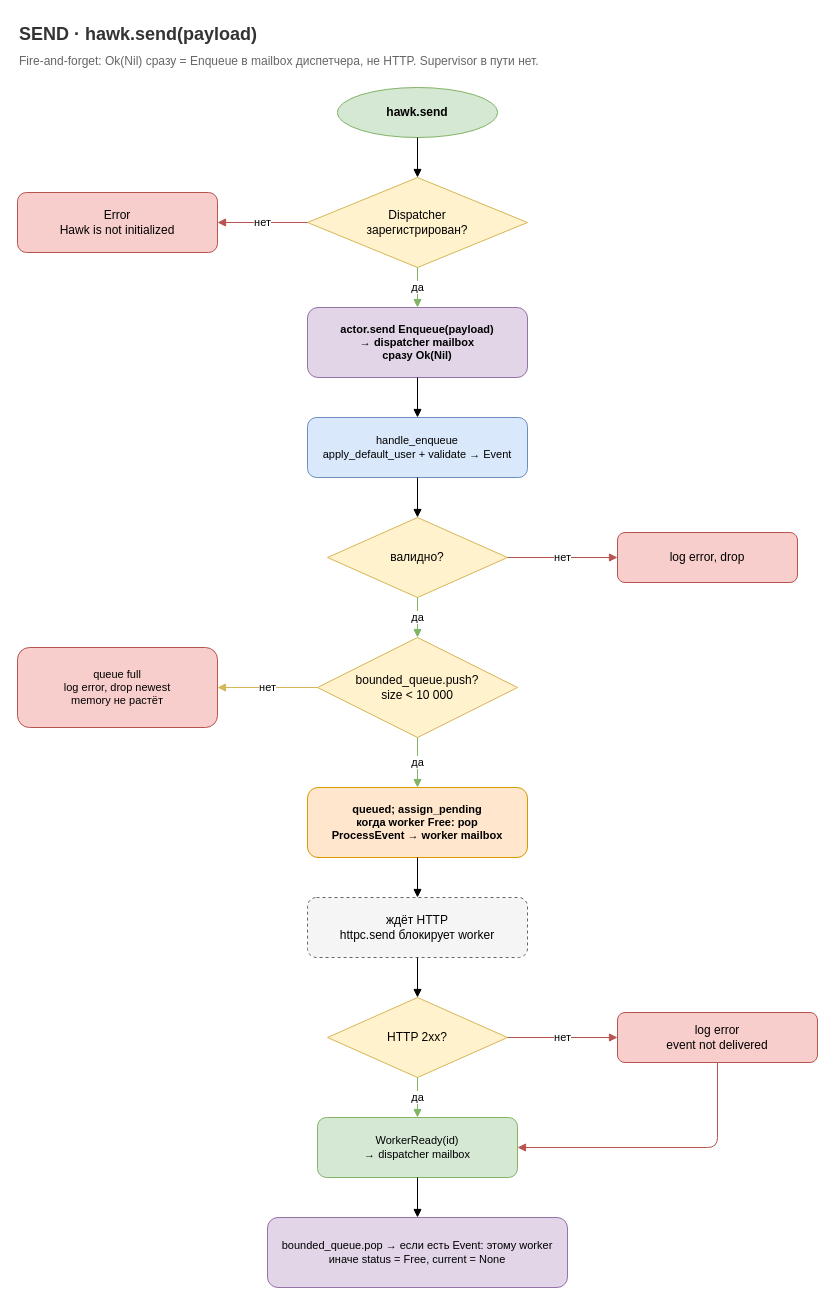
The draw.io diagram docs/hawk_send.drawio in Dobrunia/hawk.gleam, before the edit. Source tidied: cells renumbered, new cells numbered last; positions are measured from the earlier drawing's top-left corner, leaving out a move shared by most shapes. Both pictures are drawn from the tidied source at 100%, with x=0, y=0 at pixel (17, 17).
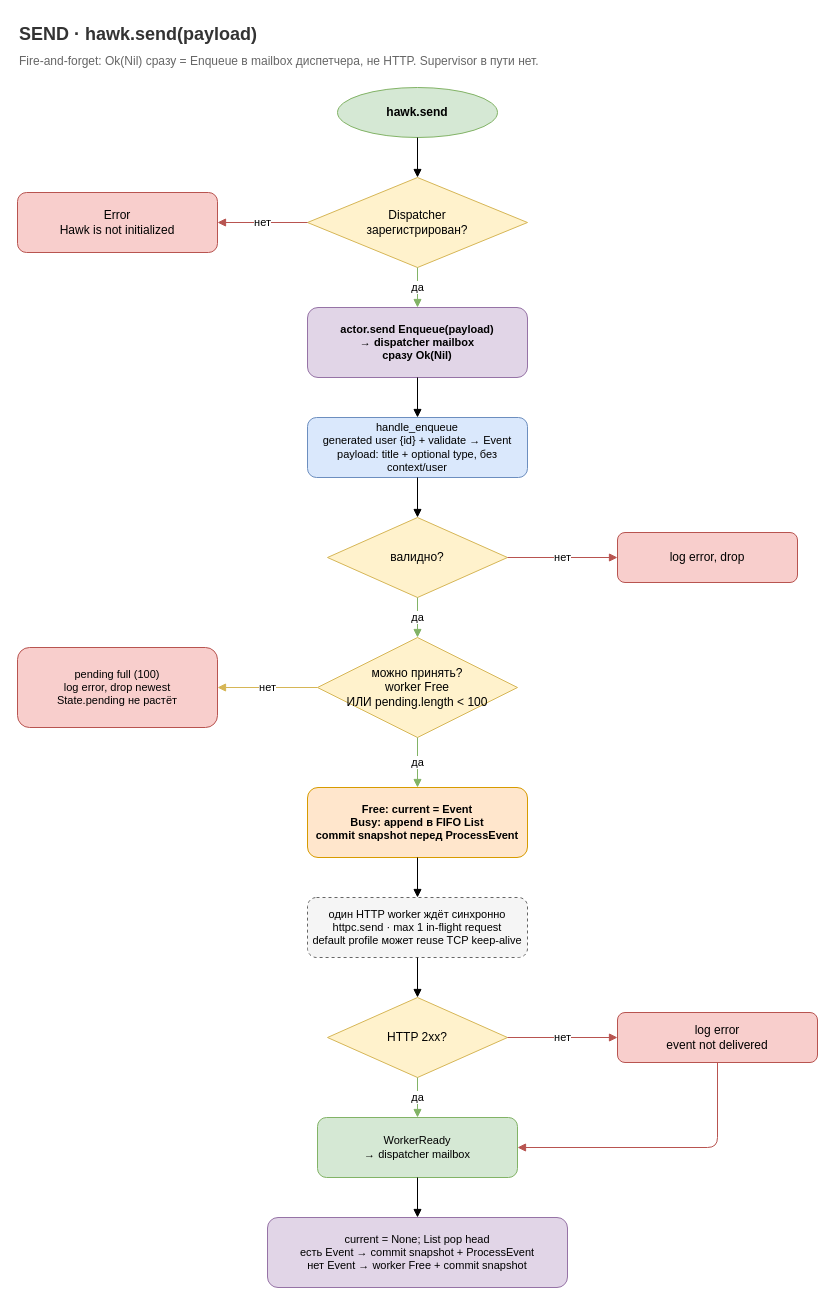
Above is the later version.

The edit, as a diff of the source:
```diff
@@
-    <mxCell id="8" value="handle_enqueue&#10;apply_default_user + validate → Event" style="rounded=1;whiteSpace=wrap;html=1;fillColor=#dae8fc;strokeColor=#6c8ebf;fontSize=11;" parent="1" vertex="1">
+    <mxCell id="8" value="handle_enqueue&#10;generated user {id} + validate → Event&#10;payload: title + optional type, без context/user" style="rounded=1;whiteSpace=wrap;html=1;fillColor=#dae8fc;strokeColor=#6c8ebf;fontSize=11;" parent="1" vertex="1">
       <mxGeometry x="290" y="400" width="220" height="60" as="geometry" />
     </mxCell>
@@
-    <mxCell id="11" value="bounded_queue.push?&#10;size &lt; 10 000" style="rhombus;whiteSpace=wrap;html=1;fillColor=#fff2cc;strokeColor=#d6b656;" parent="1" vertex="1">
+    <mxCell id="11" value="можно принять?&#10;worker Free&#10;ИЛИ pending.length &lt; 100" style="rhombus;whiteSpace=wrap;html=1;fillColor=#fff2cc;strokeColor=#d6b656;" parent="1" vertex="1">
       <mxGeometry x="300" y="620" width="200" height="100" as="geometry" />
     </mxCell>
-    <mxCell id="12" value="queue full&#10;log error, drop newest&#10;memory не растёт" style="rounded=1;whiteSpace=wrap;html=1;fillColor=#f8cecc;strokeColor=#b85450;fontSize=11;" parent="1" vertex="1">
+    <mxCell id="12" value="pending full (100)&#10;log error, drop newest&#10;State.pending не растёт" style="rounded=1;whiteSpace=wrap;html=1;fillColor=#f8cecc;strokeColor=#b85450;fontSize=11;" parent="1" vertex="1">
       <mxGeometry y="630" width="200" height="80" as="geometry" />
     </mxCell>
-    <mxCell id="13" value="queued; assign_pending&#10;когда worker Free: pop&#10;ProcessEvent → worker mailbox" style="rounded=1;whiteSpace=wrap;html=1;fillColor=#ffe6cc;strokeColor=#d79b00;fontStyle=1;fontSize=11;" parent="1" vertex="1">
+    <mxCell id="13" value="Free: current = Event&#10;Busy: append в FIFO List&#10;commit snapshot перед ProcessEvent" style="rounded=1;whiteSpace=wrap;html=1;fillColor=#ffe6cc;strokeColor=#d79b00;fontStyle=1;fontSize=11;" parent="1" vertex="1">
       <mxGeometry x="290" y="770" width="220" height="70" as="geometry" />
     </mxCell>
-    <mxCell id="14" value="ждёт HTTP&#10;httpc.send блокирует worker" style="rounded=1;whiteSpace=wrap;html=1;fillColor=#f5f5f5;strokeColor=#666666;dashed=1;" parent="1" vertex="1">
+    <mxCell id="14" value="один HTTP worker ждёт синхронно&#10;httpc.send · max 1 in-flight request&#10;default profile может reuse TCP keep-alive" style="rounded=1;whiteSpace=wrap;html=1;fillColor=#f5f5f5;strokeColor=#666666;dashed=1;fontSize=11;" parent="1" vertex="1">
       <mxGeometry x="290" y="880" width="220" height="60" as="geometry" />
     </mxCell>
@@
-    <mxCell id="17" value="WorkerReady(id)&#10;→ dispatcher mailbox" style="rounded=1;whiteSpace=wrap;html=1;fillColor=#d5e8d4;strokeColor=#82b366;fontSize=11;" parent="1" vertex="1">
+    <mxCell id="17" value="WorkerReady&#10;→ dispatcher mailbox" style="rounded=1;whiteSpace=wrap;html=1;fillColor=#d5e8d4;strokeColor=#82b366;fontSize=11;" parent="1" vertex="1">
       <mxGeometry x="300" y="1100" width="200" height="60" as="geometry" />
     </mxCell>
-    <mxCell id="18" value="bounded_queue.pop → если есть Event: этому worker&#10;иначе status = Free, current = None" style="rounded=1;whiteSpace=wrap;html=1;fillColor=#e1d5e7;strokeColor=#9673a6;fontSize=11;" parent="1" vertex="1">
+    <mxCell id="18" value="current = None; List pop head&#10;есть Event → commit snapshot + ProcessEvent&#10;нет Event → worker Free + commit snapshot" style="rounded=1;whiteSpace=wrap;html=1;fillColor=#e1d5e7;strokeColor=#9673a6;fontSize=11;" parent="1" vertex="1">
       <mxGeometry x="250" y="1200" width="300" height="70" as="geometry" />
     </mxCell>
```
